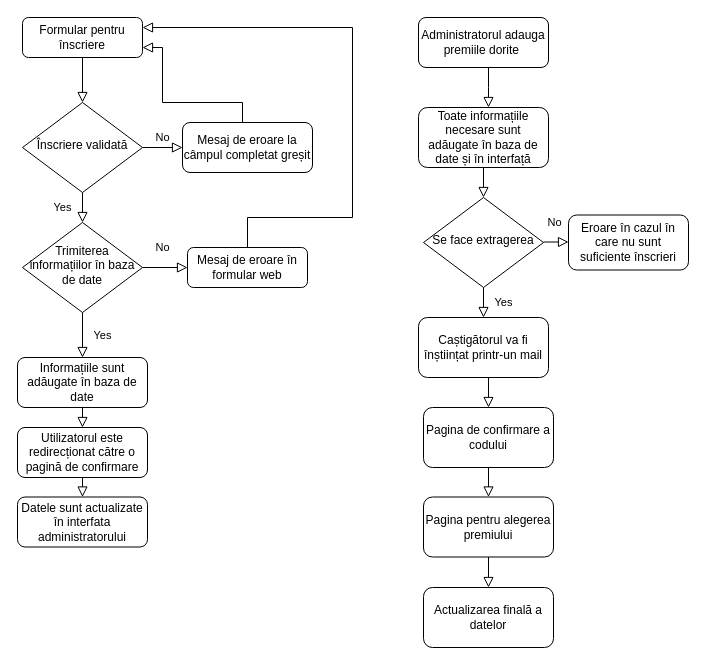
The draw.io diagram Untitled Diagram.drawio in StefanFrs/Proiect_licenta, before the edit. Source tidied: cells renumbered, new cells numbered last; positions are measured from the earlier drawing's top-left corner, leaving out a move shared by most shapes. Both pictures are drawn from the tidied source at 100%, with x=0, y=0 at pixel (17, 17).
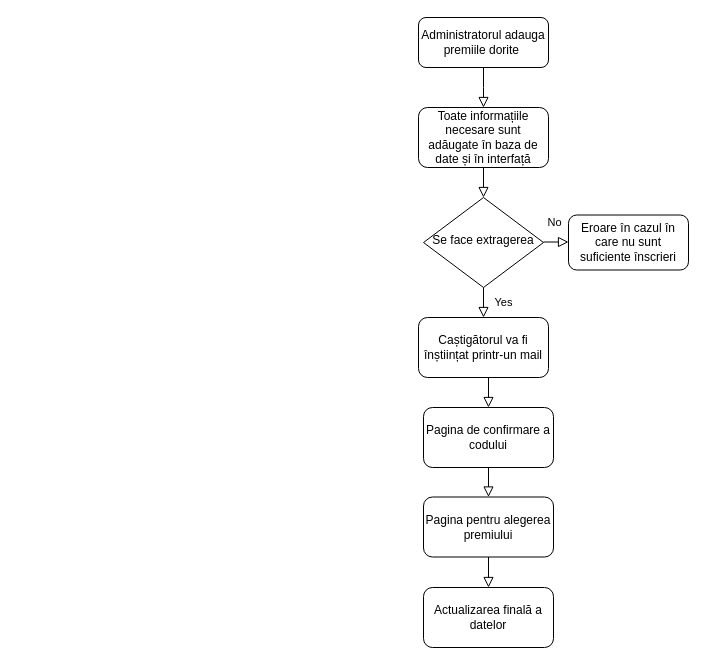
The same diagram, later.

The change refers to these unchanged cells:
```xml
<mxCell id="19" value="Administratorul adauga premiile dorite&amp;nbsp;" style="rounded=1;whiteSpace=wrap;html=1;fontSize=12;glass=0;strokeWidth=1;shadow=0;" parent="1" vertex="1">
  <mxGeometry x="401" width="130" height="50" as="geometry" />
</mxCell>
<mxCell id="21" value="Toate informațiile necesare sunt adăugate în baza de date și în interfață" style="rounded=1;whiteSpace=wrap;html=1;fontSize=12;glass=0;strokeWidth=1;shadow=0;" parent="1" vertex="1">
  <mxGeometry x="401" y="90" width="130" height="60" as="geometry" />
</mxCell>
```

What changed in the source:
```diff
@@
-    <mxCell id="2" style="rounded=0;html=1;jettySize=auto;fontSize=11;endArrow=block;endFill=0;endSize=8;strokeWidth=1;shadow=0;labelBackgroundColor=none;edgeStyle=orthogonalEdgeStyle;" parent="1" edge="1" source="3" target="6">
-      <mxGeometry relative="1" as="geometry" />
-    </mxCell>
-    <mxCell id="3" value="Formular pentru înscriere" style="rounded=1;whiteSpace=wrap;html=1;fontSize=12;glass=0;strokeWidth=1;shadow=0;" parent="1" vertex="1">
-      <mxGeometry x="5" width="120" height="40" as="geometry" />
-    </mxCell>
-    <mxCell id="4" value="Yes" style="rounded=0;html=1;jettySize=auto;fontSize=11;endArrow=block;endFill=0;endSize=8;strokeWidth=1;shadow=0;labelBackgroundColor=none;edgeStyle=orthogonalEdgeStyle;" parent="1" edge="1" source="6" target="9">
-      <mxGeometry y="20" relative="1" as="geometry" />
-    </mxCell>
-    <mxCell id="5" value="No" style="edgeStyle=orthogonalEdgeStyle;rounded=0;html=1;jettySize=auto;fontSize=11;endArrow=block;endFill=0;endSize=8;strokeWidth=1;shadow=0;labelBackgroundColor=none;" parent="1" edge="1" source="6" target="7">
-      <mxGeometry y="10" relative="1" as="geometry" />
-    </mxCell>
-    <mxCell id="6" value="Înscriere validată" style="rhombus;whiteSpace=wrap;html=1;shadow=0;fontFamily=Helvetica;fontSize=12;align=center;strokeWidth=1;spacing=6;spacingTop=-4;" parent="1" vertex="1">
-      <mxGeometry x="5" y="85" width="120" height="90" as="geometry" />
-    </mxCell>
-    <mxCell id="7" value="Mesaj de eroare la câmpul completat greșit" style="rounded=1;whiteSpace=wrap;html=1;fontSize=12;glass=0;strokeWidth=1;shadow=0;" parent="1" vertex="1">
-      <mxGeometry x="165" y="105" width="130" height="50" as="geometry" />
-    </mxCell>
-    <mxCell id="8" value="No" style="rounded=0;html=1;jettySize=auto;fontSize=11;endArrow=block;endFill=0;endSize=8;strokeWidth=1;shadow=0;labelBackgroundColor=none;edgeStyle=orthogonalEdgeStyle;" parent="1" edge="1" source="9" target="10">
-      <mxGeometry x="-0.11" y="20" relative="1" as="geometry" />
-    </mxCell>
-    <mxCell id="9" value="Trimiterea informațiilor în baza de date" style="rhombus;whiteSpace=wrap;html=1;shadow=0;fontFamily=Helvetica;fontSize=12;align=center;strokeWidth=1;spacing=6;spacingTop=-4;" parent="1" vertex="1">
-      <mxGeometry x="5" y="205" width="120" height="90" as="geometry" />
-    </mxCell>
-    <mxCell id="10" value="Mesaj de eroare în formular web" style="rounded=1;whiteSpace=wrap;html=1;fontSize=12;glass=0;strokeWidth=1;shadow=0;" parent="1" vertex="1">
-      <mxGeometry x="170" y="230" width="120" height="40" as="geometry" />
-    </mxCell>
-    <mxCell id="11" value="Informațiile sunt adăugate în baza de date" style="rounded=1;whiteSpace=wrap;html=1;fontSize=12;glass=0;strokeWidth=1;shadow=0;" parent="1" vertex="1">
-      <mxGeometry y="340" width="130" height="50" as="geometry" />
-    </mxCell>
-    <mxCell id="12" value="Yes" style="rounded=0;html=1;jettySize=auto;fontSize=11;endArrow=block;endFill=0;endSize=8;strokeWidth=1;shadow=0;labelBackgroundColor=none;edgeStyle=orthogonalEdgeStyle;exitX=0.5;exitY=1;exitDx=0;exitDy=0;" parent="1" edge="1" source="9">
-      <mxGeometry y="20" relative="1" as="geometry">
-        <mxPoint x="65" y="340" as="targetPoint" />
-        <Array as="points">
-          <mxPoint x="65" y="340" />
-        </Array>
-      </mxGeometry>
-    </mxCell>
-    <mxCell id="13" value="Utilizatorul este redirecționat către o pagină de confirmare" style="rounded=1;whiteSpace=wrap;html=1;fontSize=12;glass=0;strokeWidth=1;shadow=0;" parent="1" vertex="1">
-      <mxGeometry y="410" width="130" height="50" as="geometry" />
-    </mxCell>
-    <mxCell id="14" style="rounded=0;html=1;jettySize=auto;fontSize=11;endArrow=block;endFill=0;endSize=8;strokeWidth=1;shadow=0;labelBackgroundColor=none;edgeStyle=orthogonalEdgeStyle;exitX=0.5;exitY=0;exitDx=0;exitDy=0;entryX=1;entryY=0.75;entryDx=0;entryDy=0;" parent="1" edge="1" source="7" target="3">
-      <mxGeometry relative="1" as="geometry">
-        <Array as="points">
-          <mxPoint x="225" y="105" />
-          <mxPoint x="225" y="85" />
-          <mxPoint x="145" y="85" />
-          <mxPoint x="145" y="30" />
-        </Array>
-      </mxGeometry>
-    </mxCell>
-    <mxCell id="15" style="rounded=0;html=1;jettySize=auto;fontSize=11;endArrow=block;endFill=0;endSize=8;strokeWidth=1;shadow=0;labelBackgroundColor=none;edgeStyle=orthogonalEdgeStyle;exitX=0.5;exitY=0;exitDx=0;exitDy=0;entryX=1;entryY=0.25;entryDx=0;entryDy=0;" parent="1" edge="1" source="10" target="3">
-      <mxGeometry relative="1" as="geometry">
-        <Array as="points">
-          <mxPoint x="230" y="200" />
-          <mxPoint x="335" y="200" />
-          <mxPoint x="335" y="10" />
-        </Array>
-      </mxGeometry>
-    </mxCell>
-    <mxCell id="16" style="rounded=0;html=1;jettySize=auto;fontSize=11;endArrow=block;endFill=0;endSize=8;strokeWidth=1;shadow=0;labelBackgroundColor=none;edgeStyle=orthogonalEdgeStyle;exitX=0.5;exitY=1;exitDx=0;exitDy=0;" parent="1" edge="1" source="11">
-      <mxGeometry relative="1" as="geometry">
-        <mxPoint x="65" y="410" as="targetPoint" />
-      </mxGeometry>
-    </mxCell>
-    <mxCell id="17" value="Datele sunt actualizate în interfata administratorului" style="rounded=1;whiteSpace=wrap;html=1;fontSize=12;glass=0;strokeWidth=1;shadow=0;" parent="1" vertex="1">
-      <mxGeometry y="479.5" width="130" height="50" as="geometry" />
-    </mxCell>
-    <mxCell id="18" style="rounded=0;html=1;jettySize=auto;fontSize=11;endArrow=block;endFill=0;endSize=8;strokeWidth=1;shadow=0;labelBackgroundColor=none;edgeStyle=orthogonalEdgeStyle;entryX=0.5;entryY=0;entryDx=0;entryDy=0;exitX=0.5;exitY=1;exitDx=0;exitDy=0;" parent="1" edge="1" source="13" target="17">
-      <mxGeometry relative="1" as="geometry" />
-    </mxCell>
@@
-    <mxCell id="20" style="rounded=0;html=1;jettySize=auto;orthogonalLoop=1;fontSize=11;endArrow=block;endFill=0;endSize=8;strokeWidth=1;shadow=0;labelBackgroundColor=none;edgeStyle=orthogonalEdgeStyle;" parent="1" edge="1">
+    <mxCell id="20" style="rounded=0;html=1;jettySize=auto;fontSize=11;endArrow=block;endFill=0;endSize=8;strokeWidth=1;shadow=0;labelBackgroundColor=none;edgeStyle=orthogonalEdgeStyle;exitX=0.5;exitY=1;exitDx=0;exitDy=0;entryX=0.5;entryY=0;entryDx=0;entryDy=0;" parent="1" edge="1" source="19" target="21">
       <mxGeometry relative="1" as="geometry">
-        <mxPoint x="471" y="50" as="sourcePoint" />
-        <mxPoint x="471" y="90" as="targetPoint" />
         <Array as="points">
-          <mxPoint x="471" y="70" />
-          <mxPoint x="471" y="70" />
+          <mxPoint x="466" y="70" />
+          <mxPoint x="466" y="70" />
         </Array>
       </mxGeometry>
     </mxCell>
```
